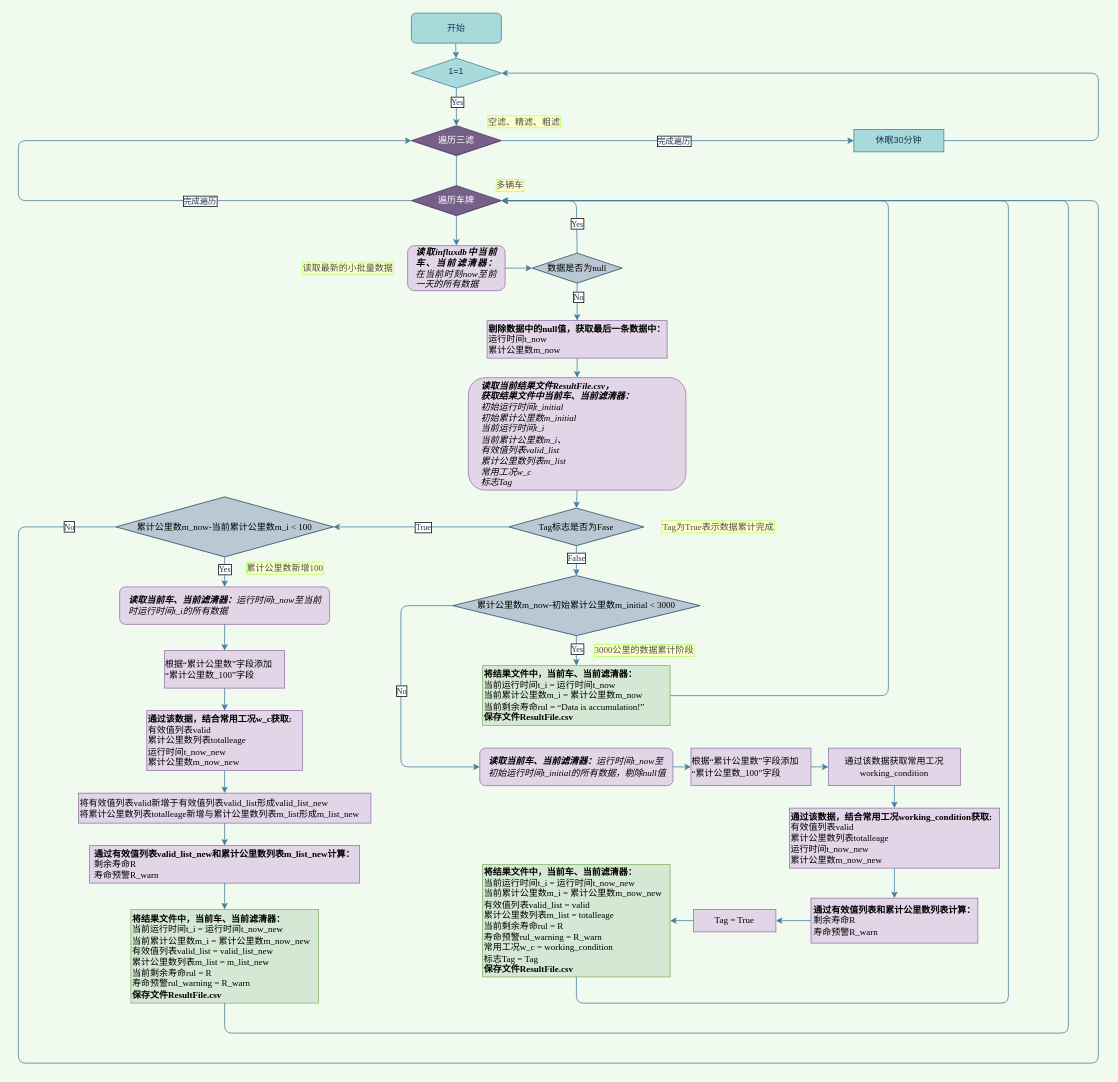
The draw.io diagram draw/算法流程.drawio in wangwuhua11/draw, before the edit. Source tidied: cells renumbered, new cells numbered last; positions are measured from the earlier drawing's top-left corner, leaving out a move shared by most shapes. Both pictures are drawn from the tidied source at 75%, with x=0, y=0 at pixel (18, 13).
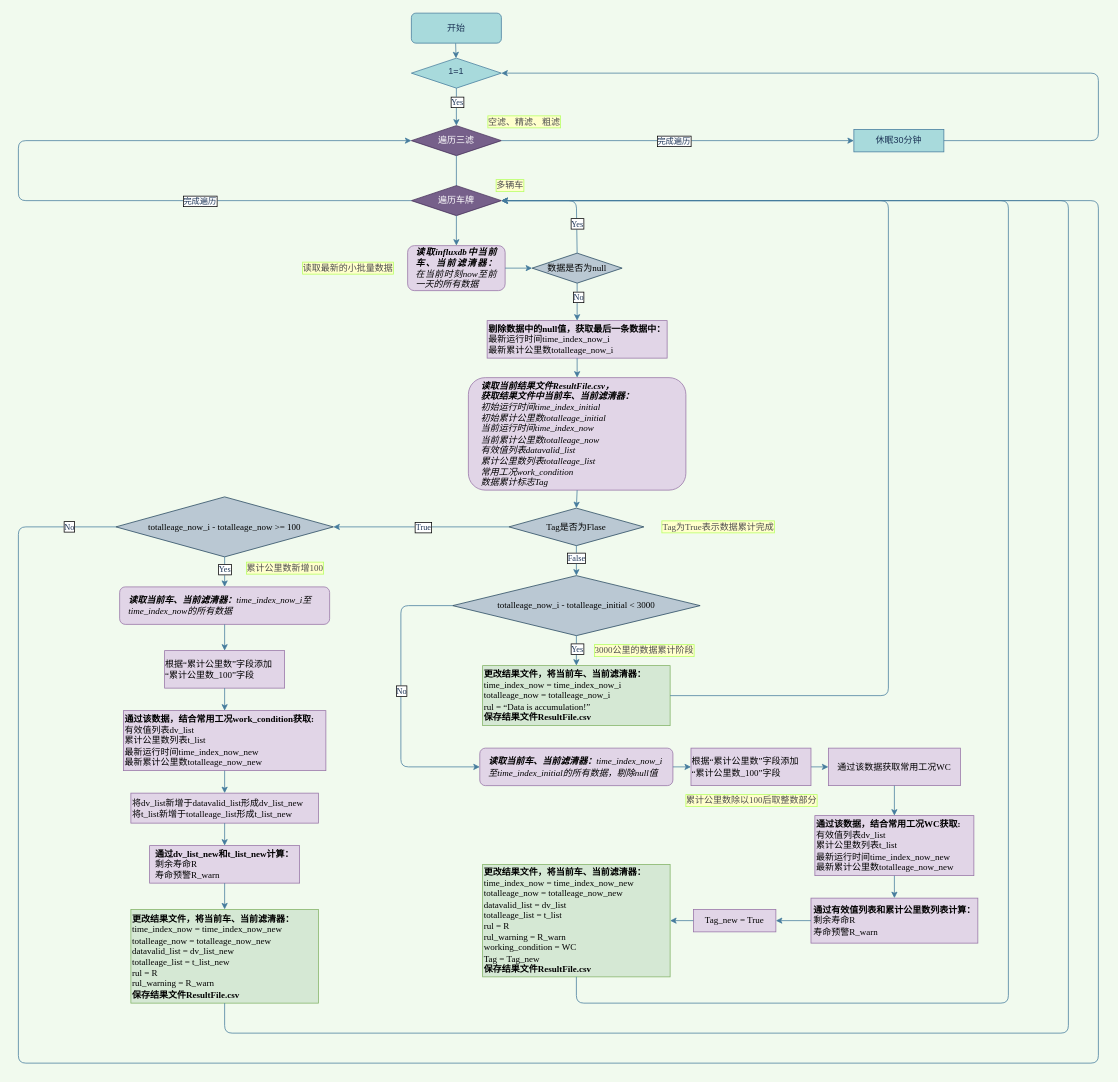
The same diagram, later.

Commit message:
更新算法流程.drawio

What changed in the source:
```diff
@@
-    <mxCell id="19" value="&lt;div align=&quot;left&quot;&gt;&lt;b&gt;读取当前结果文件ResultFile.csv，&lt;/b&gt;&lt;/div&gt;&lt;div align=&quot;left&quot;&gt;&lt;b&gt;获取结果文件中当前车、当前滤清器：&lt;/b&gt;&lt;/div&gt;&lt;div align=&quot;left&quot;&gt;初始运行时间t_initial&lt;/div&gt;&lt;div align=&quot;left&quot;&gt;初始累计公里数m_initial&lt;/div&gt;&lt;div align=&quot;left&quot;&gt;当前运行时间t_i&lt;br&gt;&lt;/div&gt;&lt;div align=&quot;left&quot;&gt;当前累计公里数m_i、&lt;/div&gt;&lt;div align=&quot;left&quot;&gt;有效值列表valid_list&lt;/div&gt;&lt;div align=&quot;left&quot;&gt;累计公里数列表m_list&lt;/div&gt;&lt;div align=&quot;left&quot;&gt;常用工况w_c&lt;/div&gt;&lt;div align=&quot;left&quot;&gt;标志Tag&lt;/div&gt;" style="rounded=1;whiteSpace=wrap;html=1;labelBackgroundColor=none;sketch=0;strokeColor=#9673a6;fillColor=#e1d5e7;align=left;fontFamily=Times New Roman;fontStyle=2;spacingLeft=15;" parent="1" vertex="1">
+    <mxCell id="19" value="&lt;div align=&quot;left&quot;&gt;&lt;b&gt;读取当前结果文件ResultFile.csv，&lt;/b&gt;&lt;/div&gt;&lt;div align=&quot;left&quot;&gt;&lt;b&gt;获取结果文件中当前车、当前滤清器：&lt;/b&gt;&lt;/div&gt;&lt;div align=&quot;left&quot;&gt;初始运行时间time_index_initial&lt;/div&gt;&lt;div align=&quot;left&quot;&gt;初始累计公里数totalleage_initial&lt;/div&gt;&lt;div align=&quot;left&quot;&gt;当前运行时间time_index_now&lt;br&gt;&lt;/div&gt;&lt;div align=&quot;left&quot;&gt;当前累计公里数totalleage_now&lt;/div&gt;&lt;div align=&quot;left&quot;&gt;有效值列表datavalid_list&lt;/div&gt;&lt;div align=&quot;left&quot;&gt;累计公里数列表totalleage_list&lt;/div&gt;&lt;div align=&quot;left&quot;&gt;常用工况work_condition&lt;/div&gt;&lt;div align=&quot;left&quot;&gt;数据累计标志Tag&lt;/div&gt;" style="rounded=1;whiteSpace=wrap;html=1;labelBackgroundColor=none;sketch=0;strokeColor=#9673a6;fillColor=#e1d5e7;align=left;fontFamily=Times New Roman;fontStyle=2;spacingLeft=15;" parent="1" vertex="1">
       <mxGeometry x="600" y="486" width="290" height="150" as="geometry" />
     </mxCell>
-    <mxCell id="20" value="&lt;div align=&quot;left&quot;&gt;&lt;b&gt;剔除数据中的null值，获取最后一条数据中：&lt;/b&gt;&lt;/div&gt;&lt;div align=&quot;left&quot;&gt;运行时间t_now&lt;/div&gt;&lt;div align=&quot;left&quot;&gt;累计公里数m_now&lt;/div&gt;" style="rounded=0;whiteSpace=wrap;html=1;labelBackgroundColor=none;sketch=0;strokeColor=#9673a6;fillColor=#e1d5e7;align=left;fontFamily=Times New Roman;" parent="1" vertex="1">
+    <mxCell id="20" value="&lt;div align=&quot;left&quot;&gt;&lt;font face=&quot;Times New Roman&quot;&gt;&lt;b&gt;剔除数据中的null值，获取最后一条数据中：&lt;/b&gt;&lt;/font&gt;&lt;/div&gt;&lt;div align=&quot;left&quot;&gt;&lt;font face=&quot;Times New Roman&quot;&gt;最新运行时间time_index_now_i&lt;/font&gt;&lt;/div&gt;&lt;div align=&quot;left&quot;&gt;&lt;font face=&quot;Times New Roman&quot;&gt;&lt;font face=&quot;Times New Roman&quot;&gt;最新&lt;/font&gt;累计公里数totalleage_now_i&lt;/font&gt;&lt;/div&gt;" style="rounded=0;whiteSpace=wrap;html=1;labelBackgroundColor=none;sketch=0;strokeColor=#9673a6;fillColor=#e1d5e7;align=left;fontFamily=Times New Roman;" parent="1" vertex="1">
       <mxGeometry x="625" y="410" width="240" height="50" as="geometry" />
     </mxCell>
@@
-    <mxCell id="24" value="Tag标志是否为Fase" style="rhombus;whiteSpace=wrap;html=1;rounded=0;labelBackgroundColor=none;labelBorderColor=none;sketch=0;strokeColor=#23445d;fillColor=#bac8d3;fontFamily=Times New Roman;" parent="1" vertex="1">
+    <mxCell id="24" value="Tag是否为Flase" style="rhombus;whiteSpace=wrap;html=1;rounded=0;labelBackgroundColor=none;labelBorderColor=none;sketch=0;strokeColor=#23445d;fillColor=#bac8d3;fontFamily=Times New Roman;" parent="1" vertex="1">
       <mxGeometry x="654" y="660" width="180" height="50" as="geometry" />
     </mxCell>
-    <mxCell id="25" value="累计公里数m_now-初始累计公里数m_initial &amp;lt; 3000" style="rhombus;whiteSpace=wrap;html=1;rounded=0;labelBackgroundColor=none;labelBorderColor=none;sketch=0;strokeColor=#23445d;fillColor=#bac8d3;fontFamily=Times New Roman;" parent="1" vertex="1">
+    <mxCell id="25" value="&lt;font face=&quot;Times New Roman&quot;&gt;totalleage_now_i&lt;/font&gt; - totalleage_initial &amp;lt; 3000" style="rhombus;whiteSpace=wrap;html=1;rounded=0;labelBackgroundColor=none;labelBorderColor=none;sketch=0;strokeColor=#23445d;fillColor=#bac8d3;fontFamily=Times New Roman;" parent="1" vertex="1">
       <mxGeometry x="579" y="750" width="330" height="80" as="geometry" />
     </mxCell>
@@
-    <mxCell id="29" value="&lt;div&gt;&lt;b&gt;将结果文件中，当前车、当前滤清器：&lt;/b&gt;&lt;/div&gt;&lt;div&gt;当前运行时间t_i = 运行时间t_now&lt;/div&gt;&lt;div&gt;当前累计公里数m_i = 累计公里数m_now&lt;/div&gt;&lt;div&gt;当前剩余寿命rul = “Data is accumulation!”&lt;/div&gt;&lt;div&gt;&lt;b&gt;保存文件&lt;/b&gt;&lt;b&gt;ResultFile.csv&lt;/b&gt;&lt;/div&gt;" style="rounded=0;whiteSpace=wrap;html=1;labelBackgroundColor=none;labelBorderColor=none;sketch=0;strokeColor=#82b366;fillColor=#d5e8d4;align=left;fontFamily=Times New Roman;" parent="1" vertex="1">
+    <mxCell id="29" value="&lt;div&gt;&lt;b&gt;更改结果文件，将当前车、当前滤清器：&lt;/b&gt;&lt;/div&gt;&lt;div&gt;time_index_now = time_index_now_i&lt;/div&gt;&lt;div&gt;&lt;font face=&quot;Times New Roman&quot;&gt;totalleage_now&lt;/font&gt; = &lt;font face=&quot;Times New Roman&quot;&gt;totalleage_now_i&lt;/font&gt;&lt;/div&gt;&lt;div&gt;rul = “Data is accumulation!”&lt;/div&gt;&lt;div&gt;&lt;b&gt;保存结果文件&lt;/b&gt;&lt;b&gt;ResultFile.csv&lt;/b&gt;&lt;/div&gt;" style="rounded=0;whiteSpace=wrap;html=1;labelBackgroundColor=none;labelBorderColor=none;sketch=0;strokeColor=#82b366;fillColor=#d5e8d4;align=left;fontFamily=Times New Roman;" parent="1" vertex="1">
       <mxGeometry x="619" y="870" width="250" height="80" as="geometry" />
     </mxCell>
@@
-    <mxCell id="33" value="&lt;div align=&quot;left&quot;&gt;&lt;b&gt;读取当前车、当前滤清器：&lt;/b&gt;运行时间t_now至初始运行时间t_initial的所有数据，剔除null值&lt;/div&gt;" style="rounded=1;whiteSpace=wrap;html=1;labelBackgroundColor=none;labelBorderColor=none;sketch=0;strokeColor=#9673a6;fillColor=#e1d5e7;align=left;fontFamily=Times New Roman;fontStyle=2;spacingLeft=10;spacingRight=5;" parent="1" vertex="1">
+    <mxCell id="33" value="&lt;div align=&quot;left&quot;&gt;&lt;b&gt;读取当前车、当前滤清器：&lt;/b&gt;&lt;font face=&quot;Times New Roman&quot;&gt;time_index_now_i&lt;/font&gt;至time_index_initial的所有数据，剔除null值&lt;/div&gt;" style="rounded=1;whiteSpace=wrap;html=1;labelBackgroundColor=none;labelBorderColor=none;sketch=0;strokeColor=#9673a6;fillColor=#e1d5e7;align=left;fontFamily=Times New Roman;fontStyle=2;spacingLeft=10;spacingRight=5;" parent="1" vertex="1">
       <mxGeometry x="615.2" y="980" width="257.5" height="50" as="geometry" />
     </mxCell>
@@
-    <mxCell id="36" value="通过该数据获取常用工况&lt;font face=&quot;Times New Roman&quot;&gt;working_condition&lt;/font&gt;" style="rounded=0;whiteSpace=wrap;html=1;labelBackgroundColor=none;labelBorderColor=none;sketch=0;strokeColor=#9673a6;fillColor=#e1d5e7;" parent="1" vertex="1">
+    <mxCell id="36" value="通过该数据获取常用工况&lt;font face=&quot;Times New Roman&quot;&gt;WC&lt;/font&gt;" style="rounded=0;whiteSpace=wrap;html=1;labelBackgroundColor=none;labelBorderColor=none;sketch=0;strokeColor=#9673a6;fillColor=#e1d5e7;" parent="1" vertex="1">
       <mxGeometry x="1080" y="980" width="176" height="50" as="geometry" />
     </mxCell>
-    <mxCell id="37" value="&lt;div align=&quot;left&quot;&gt;&lt;b&gt;通过该数据，结合常用工况&lt;/b&gt;&lt;b&gt;&lt;font face=&quot;Times New Roman&quot;&gt;working_condition&lt;/font&gt;获取:&lt;/b&gt;&lt;/div&gt;&lt;div align=&quot;left&quot;&gt;有效值列表valid&lt;/div&gt;&lt;div align=&quot;left&quot;&gt;累计公里数列表totalleage&lt;/div&gt;&lt;div align=&quot;left&quot;&gt;运行时间t_now_new&lt;/div&gt;&lt;div align=&quot;left&quot;&gt;累计公里数m_now_new&lt;br&gt;&lt;/div&gt;" style="rounded=0;whiteSpace=wrap;html=1;labelBackgroundColor=none;labelBorderColor=none;sketch=0;fontFamily=Times New Roman;strokeColor=#9673a6;fillColor=#e1d5e7;align=left;" parent="1" vertex="1">
-      <mxGeometry x="1028" y="1060" width="280" height="80" as="geometry" />
+    <mxCell id="37" value="&lt;div align=&quot;left&quot;&gt;&lt;b&gt;通过该数据，结合常用工况&lt;/b&gt;&lt;b&gt;&lt;font face=&quot;Times New Roman&quot;&gt;WC&lt;/font&gt;获取:&lt;/b&gt;&lt;/div&gt;&lt;div align=&quot;left&quot;&gt;有效值列表dv_list&lt;/div&gt;&lt;div align=&quot;left&quot;&gt;累计公里数列表t_list&lt;/div&gt;&lt;div align=&quot;left&quot;&gt;&lt;font face=&quot;Times New Roman&quot;&gt;最新&lt;/font&gt;运行时间time_index_now_new&lt;/div&gt;&lt;div align=&quot;left&quot;&gt;&lt;font face=&quot;Times New Roman&quot;&gt;最新&lt;/font&gt;累计公里数totalleage_now_new&lt;br&gt;&lt;/div&gt;" style="rounded=0;whiteSpace=wrap;html=1;labelBackgroundColor=none;labelBorderColor=none;sketch=0;fontFamily=Times New Roman;strokeColor=#9673a6;fillColor=#e1d5e7;align=left;" parent="1" vertex="1">
+      <mxGeometry x="1062" y="1070" width="212" height="80" as="geometry" />
     </mxCell>
@@
-    <mxCell id="42" value="Tag = True" style="rounded=0;whiteSpace=wrap;html=1;labelBackgroundColor=none;labelBorderColor=none;sketch=0;fontFamily=Times New Roman;strokeColor=#9673a6;fillColor=#e1d5e7;" parent="1" vertex="1">
+    <mxCell id="42" value="Tag_new = True" style="rounded=0;whiteSpace=wrap;html=1;labelBackgroundColor=none;labelBorderColor=none;sketch=0;fontFamily=Times New Roman;strokeColor=#9673a6;fillColor=#e1d5e7;" parent="1" vertex="1">
       <mxGeometry x="900" y="1195" width="110" height="30" as="geometry" />
     </mxCell>
@@
-    <mxCell id="44" value="&lt;div&gt;&lt;b&gt;将结果文件中，当前车、当前滤清器：&lt;/b&gt;&lt;/div&gt;&lt;div&gt;当前运行时间t_i = 运行时间t_now_new&lt;/div&gt;&lt;div&gt;当前累计公里数m_i = 累计公里数m_now_new&lt;/div&gt;&lt;div&gt;有效值列表valid_list = valid&lt;br&gt;&lt;/div&gt;&lt;div&gt;累计公里数列表m_list = totalleage&lt;br&gt;&lt;/div&gt;&lt;div&gt;当前剩余寿命rul = R&lt;/div&gt;&lt;div&gt;寿命预警rul_warning = R_warn&lt;br&gt;&lt;/div&gt;&lt;div&gt;常用工况w_c = working_condition&lt;br&gt;&lt;/div&gt;&lt;div&gt;标志Tag = Tag&lt;/div&gt;&lt;div&gt;&lt;b&gt;保存文件&lt;/b&gt;&lt;b&gt;ResultFile.csv&lt;/b&gt;&lt;/div&gt;" style="rounded=0;whiteSpace=wrap;html=1;labelBackgroundColor=none;labelBorderColor=none;sketch=0;strokeColor=#82b366;fillColor=#d5e8d4;align=left;fontFamily=Times New Roman;" parent="1" vertex="1">
+    <mxCell id="44" value="&lt;div&gt;&lt;b&gt;更改结果文件，将当前车、当前滤清器：&lt;/b&gt;&lt;/div&gt;&lt;div&gt;time_index_now = time_index_now_new&lt;/div&gt;&lt;div&gt;&lt;font face=&quot;Times New Roman&quot;&gt;totalleage_now&lt;/font&gt; = &lt;font face=&quot;Times New Roman&quot;&gt;totalleage_now&lt;/font&gt;_new&lt;/div&gt;&lt;div&gt;datavalid_list = dv_list&lt;br&gt;&lt;/div&gt;&lt;div&gt;&lt;font face=&quot;Times New Roman&quot;&gt;totalleage&lt;/font&gt;_list = t_list&lt;br&gt;&lt;/div&gt;&lt;div&gt;rul = R&lt;/div&gt;&lt;div&gt;rul_warning = R_warn&lt;br&gt;&lt;/div&gt;&lt;div&gt;working_condition = WC&lt;br&gt;&lt;/div&gt;&lt;div&gt;Tag = Tag_new &lt;/div&gt;&lt;div&gt;&lt;b&gt;保存结果文件&lt;/b&gt;&lt;b&gt;ResultFile.csv&lt;/b&gt;&lt;/div&gt;" style="rounded=0;whiteSpace=wrap;html=1;labelBackgroundColor=none;labelBorderColor=none;sketch=0;strokeColor=#82b366;fillColor=#d5e8d4;align=left;fontFamily=Times New Roman;" parent="1" vertex="1">
       <mxGeometry x="619" y="1135" width="250" height="150" as="geometry" />
     </mxCell>
@@
-    <mxCell id="49" value="累计公里数m_now-当前累计公里数m_i &amp;lt; 100" style="rhombus;whiteSpace=wrap;html=1;rounded=0;labelBackgroundColor=none;labelBorderColor=none;sketch=0;fontFamily=Times New Roman;strokeColor=#23445d;fillColor=#bac8d3;" parent="1" vertex="1">
+    <mxCell id="49" value="&lt;font face=&quot;Times New Roman&quot;&gt;totalleage_now_i &lt;/font&gt;-&lt;font face=&quot;Times New Roman&quot;&gt; totalleage_now&lt;/font&gt; &amp;gt;= 100" style="rhombus;whiteSpace=wrap;html=1;rounded=0;labelBackgroundColor=none;labelBorderColor=none;sketch=0;fontFamily=Times New Roman;strokeColor=#23445d;fillColor=#bac8d3;" parent="1" vertex="1">
       <mxGeometry x="130" y="645" width="290" height="80" as="geometry" />
     </mxCell>
@@
-    <mxCell id="53" value="&lt;div align=&quot;left&quot;&gt;&lt;b&gt;读取当前车、当前滤清器：&lt;/b&gt;运行时间t_now至当前时运行时间t_i的所有数据&lt;/div&gt;" style="rounded=1;whiteSpace=wrap;html=1;labelBackgroundColor=none;labelBorderColor=none;sketch=0;fontFamily=Times New Roman;strokeColor=#9673a6;fillColor=#e1d5e7;align=left;fontStyle=2;spacingLeft=10;spacingRight=10;" parent="1" vertex="1">
+    <mxCell id="53" value="&lt;div align=&quot;left&quot;&gt;&lt;b&gt;读取当前车、当前滤清器：&lt;/b&gt;&lt;font face=&quot;Times New Roman&quot;&gt;time_index_now_i&lt;/font&gt;至time_index_now的所有数据&lt;/div&gt;" style="rounded=1;whiteSpace=wrap;html=1;labelBackgroundColor=none;labelBorderColor=none;sketch=0;fontFamily=Times New Roman;strokeColor=#9673a6;fillColor=#e1d5e7;align=left;fontStyle=2;spacingLeft=10;spacingRight=10;" parent="1" vertex="1">
       <mxGeometry x="135" y="765" width="280" height="50" as="geometry" />
     </mxCell>
@@
-    <mxCell id="60" value="&lt;div align=&quot;left&quot;&gt;&lt;b&gt;通过该数据，结合常用工况w_c获取:&lt;/b&gt;&lt;/div&gt;&lt;div align=&quot;left&quot;&gt;有效值列表valid&lt;/div&gt;&lt;div align=&quot;left&quot;&gt;累计公里数列表totalleage&lt;/div&gt;&lt;div align=&quot;left&quot;&gt;运行时间t_now_new&lt;/div&gt;&lt;div align=&quot;left&quot;&gt;累计公里数m_now_new&lt;br&gt;&lt;/div&gt;" style="rounded=0;whiteSpace=wrap;html=1;labelBackgroundColor=none;labelBorderColor=none;sketch=0;fontFamily=Times New Roman;strokeColor=#9673a6;fillColor=#e1d5e7;align=left;" parent="1" vertex="1">
-      <mxGeometry x="171.2" y="930" width="207.5" height="80" as="geometry" />
+    <mxCell id="60" value="&lt;div align=&quot;left&quot;&gt;&lt;b&gt;通过该数据，结合常用工况&lt;/b&gt;&lt;b&gt;work_condition获取:&lt;/b&gt;&lt;/div&gt;&lt;div align=&quot;left&quot;&gt;有效值列表dv_list&lt;/div&gt;&lt;div align=&quot;left&quot;&gt;累计公里数列表t_list&lt;/div&gt;&lt;div align=&quot;left&quot;&gt;&lt;font face=&quot;Times New Roman&quot;&gt;最新&lt;/font&gt;运行时间time_index_now_new&lt;/div&gt;&lt;div align=&quot;left&quot;&gt;&lt;font face=&quot;Times New Roman&quot;&gt;最新&lt;/font&gt;累计公里数totalleage_now_new&lt;br&gt;&lt;/div&gt;" style="rounded=0;whiteSpace=wrap;html=1;labelBackgroundColor=none;labelBorderColor=none;sketch=0;fontFamily=Times New Roman;strokeColor=#9673a6;fillColor=#e1d5e7;align=left;" parent="1" vertex="1">
+      <mxGeometry x="140" y="930" width="270" height="80" as="geometry" />
     </mxCell>
-    <mxCell id="61" value="&lt;div&gt;将有效值列表valid新增于有效值列表valid_list形成valid_list_new&lt;/div&gt;&lt;div&gt;将累计公里数列表totalleage新增与累计公里数列表m_list形成m_list_new&lt;br&gt;&lt;/div&gt;" style="rounded=0;whiteSpace=wrap;html=1;labelBackgroundColor=none;labelBorderColor=none;sketch=0;fontFamily=Times New Roman;strokeColor=#9673a6;fillColor=#e1d5e7;align=left;" parent="1" vertex="1">
-      <mxGeometry x="80" y="1040" width="390" height="40" as="geometry" />
+    <mxCell id="61" value="&lt;div&gt;将dv_list新增于datavalid_list形成dv_list_new&lt;/div&gt;&lt;div&gt;将t_list新增于totalleage_list形成t_list_new&lt;br&gt;&lt;/div&gt;" style="rounded=0;whiteSpace=wrap;html=1;labelBackgroundColor=none;labelBorderColor=none;sketch=0;fontFamily=Times New Roman;strokeColor=#9673a6;fillColor=#e1d5e7;align=left;" parent="1" vertex="1">
+      <mxGeometry x="150" y="1040" width="250" height="40" as="geometry" />
     </mxCell>
-    <mxCell id="62" value="&lt;div align=&quot;left&quot;&gt;&lt;b&gt;通过有效值列表valid_list_new和累计公里数列表m_list_new计算：&lt;/b&gt;&lt;/div&gt;&lt;div align=&quot;left&quot;&gt;剩余寿命R&lt;/div&gt;&lt;div align=&quot;left&quot;&gt;寿命预警R_warn&lt;br&gt;&lt;/div&gt;" style="rounded=0;whiteSpace=wrap;html=1;labelBackgroundColor=none;labelBorderColor=none;sketch=0;fontFamily=Times New Roman;strokeColor=#9673a6;fillColor=#e1d5e7;" parent="1" vertex="1">
-      <mxGeometry x="95" y="1110" width="360" height="50" as="geometry" />
+    <mxCell id="62" value="&lt;div align=&quot;left&quot;&gt;&lt;b&gt;通过&lt;/b&gt;&lt;b&gt;dv_list_new和&lt;/b&gt;&lt;b&gt;t_list_new计算：&lt;/b&gt;&lt;/div&gt;&lt;div align=&quot;left&quot;&gt;剩余寿命R&lt;/div&gt;&lt;div align=&quot;left&quot;&gt;寿命预警R_warn&lt;br&gt;&lt;/div&gt;" style="rounded=0;whiteSpace=wrap;html=1;labelBackgroundColor=none;labelBorderColor=none;sketch=0;fontFamily=Times New Roman;strokeColor=#9673a6;fillColor=#e1d5e7;" parent="1" vertex="1">
+      <mxGeometry x="175" y="1110" width="200" height="50" as="geometry" />
     </mxCell>
-    <mxCell id="63" value="&lt;div&gt;&lt;b&gt;将结果文件中，当前车、当前滤清器：&lt;/b&gt;&lt;/div&gt;&lt;div&gt;当前运行时间t_i = 运行时间t_now_new&lt;/div&gt;&lt;div&gt;当前累计公里数m_i = 累计公里数m_now_new&lt;/div&gt;&lt;div&gt;有效值列表valid_list = valid_list_new&lt;br&gt;&lt;/div&gt;&lt;div&gt;累计公里数列表m_list = m_list_new&lt;br&gt;&lt;/div&gt;&lt;div&gt;当前剩余寿命rul = R&lt;/div&gt;&lt;div&gt;寿命预警rul_warning = R_warn&lt;br&gt;&lt;/div&gt;&lt;div&gt;&lt;b&gt;保存文件&lt;/b&gt;&lt;b&gt;ResultFile.csv&lt;/b&gt;&lt;/div&gt;" style="rounded=0;whiteSpace=wrap;html=1;labelBackgroundColor=none;labelBorderColor=none;sketch=0;strokeColor=#82b366;fillColor=#d5e8d4;align=left;fontFamily=Times New Roman;" parent="1" vertex="1">
+    <mxCell id="63" value="&lt;div&gt;&lt;b&gt;更改结果文件，将当前车、当前滤清器：&lt;/b&gt;&lt;/div&gt;&lt;div&gt;time_index_now = time_index_now_new&lt;/div&gt;&lt;div&gt;&lt;font face=&quot;Times New Roman&quot;&gt;totalleage_now&lt;/font&gt; = &lt;font face=&quot;Times New Roman&quot;&gt;totalleage_now&lt;/font&gt;_new&lt;/div&gt;&lt;div&gt;datavalid_list = dv_list_new&lt;br&gt;&lt;/div&gt;&lt;div&gt;&lt;font face=&quot;Times New Roman&quot;&gt;totalleage&lt;/font&gt;_list = t_list_new&lt;br&gt;&lt;/div&gt;&lt;div&gt;rul = R&lt;/div&gt;rul_warning = R_warn&lt;div&gt;&lt;b&gt;保存结果文件&lt;/b&gt;&lt;b&gt;ResultFile.csv&lt;/b&gt;&lt;/div&gt;" style="rounded=0;whiteSpace=wrap;html=1;labelBackgroundColor=none;labelBorderColor=none;sketch=0;strokeColor=#82b366;fillColor=#d5e8d4;align=left;fontFamily=Times New Roman;" parent="1" vertex="1">
       <mxGeometry x="150" y="1195" width="250" height="125" as="geometry" />
     </mxCell>
@@
+    <mxCell id="77" value="累计公里数除以100后取整数部分" style="text;html=1;align=center;verticalAlign=middle;strokeColor=none;fillColor=none;fontFamily=Times New Roman;fontColor=#4D4D4D;fontStyle=0;labelBackgroundColor=#FFFFCC;labelBorderColor=#B3FF66;" parent="1" vertex="1">
+      <mxGeometry x="881.8" y="1040" width="190" height="20" as="geometry" />
+    </mxCell>
```
